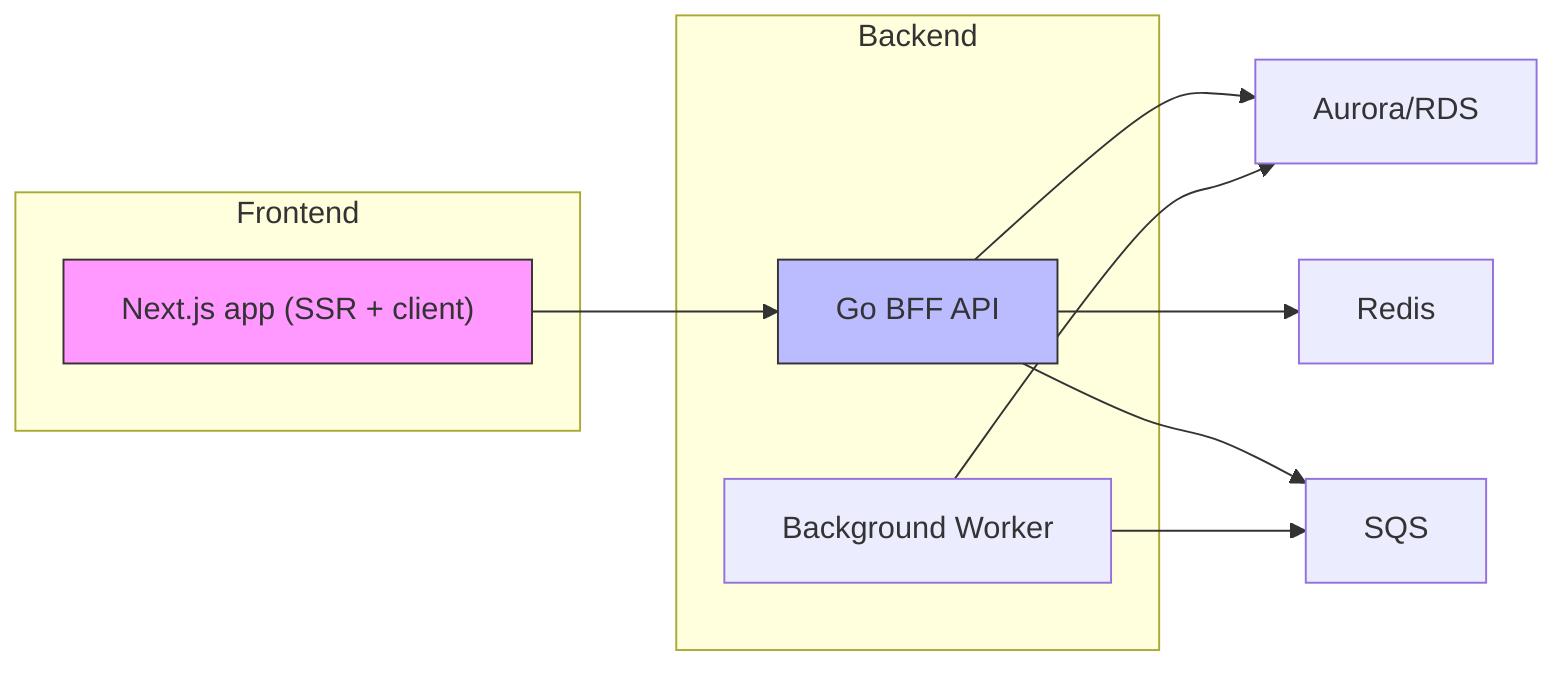
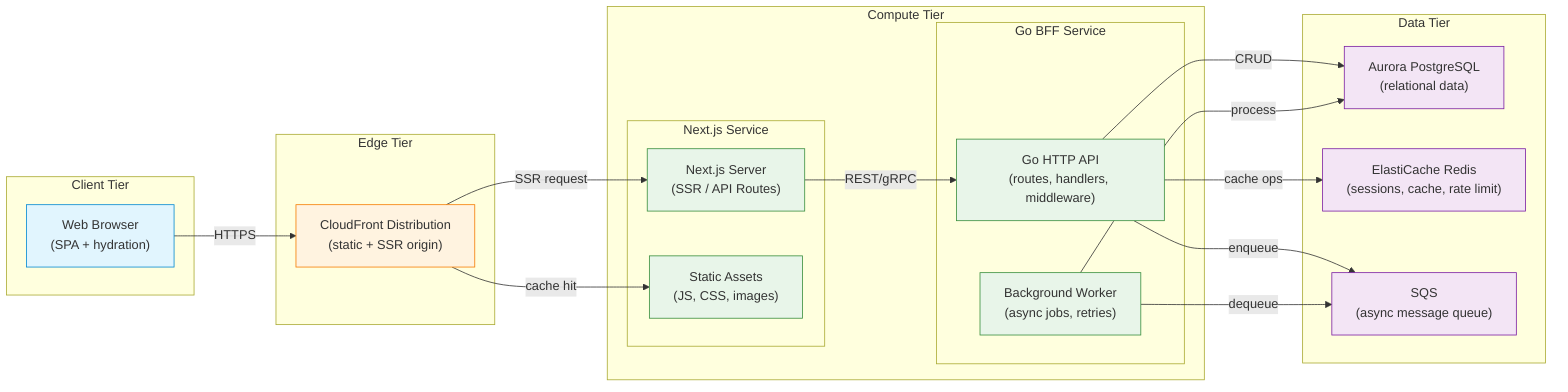
- %% Container Diagram
+ %% Container Diagram — BFF Next.js + Go
+ %% Shows the major containers (deployable units) and their interactions.

flowchart LR
-   subgraph Frontend
-     NextApp["Next.js app (SSR + client)"]
+   subgraph "Client Tier"
+     Browser["Web Browser\n(SPA + hydration)"]
  end
-   subgraph Backend
-     GoBFF["Go BFF API"]
-     Worker["Background Worker"]
+ 
+   subgraph "Edge Tier"
+     CF["CloudFront Distribution\n(static + SSR origin)"]
  end
-   DB["Aurora/RDS"]
-   Cache["Redis"]
-   Queue["SQS"]

-   NextApp --> GoBFF
-   GoBFF --> DB
-   GoBFF --> Cache
-   GoBFF --> Queue
-   Worker --> Queue
-   Worker --> DB
+   subgraph "Compute Tier"
+     subgraph "Next.js Service"
+       NextSSR["Next.js Server\n(SSR / API Routes)"]
+       NextStatic["Static Assets\n(JS, CSS, images)"]
+     end
+     subgraph "Go BFF Service"
+       BFFAPI["Go HTTP API\n(routes, handlers, middleware)"]
+       BFFWorker["Background Worker\n(async jobs, retries)"]
+     end
+   end

-   style NextApp fill:#f9f,stroke:#333,stroke-width:1px
-   style GoBFF fill:#bbf,stroke:#333,stroke-width:1px
+   subgraph "Data Tier"
+     DB["Aurora PostgreSQL\n(relational data)"]
+     Cache["ElastiCache Redis\n(sessions, cache, rate limit)"]
+     Queue["SQS\n(async message queue)"]
+   end
+ 
+   Browser -->|HTTPS| CF
+   CF -->|cache hit| NextStatic
+   CF -->|SSR request| NextSSR
+   NextSSR -->|REST/gRPC| BFFAPI
+   BFFAPI -->|CRUD| DB
+   BFFAPI -->|cache ops| Cache
+   BFFAPI -->|enqueue| Queue
+   BFFWorker -->|dequeue| Queue
+   BFFWorker -->|process| DB
+ 
+   classDef client fill:#e1f5fe,stroke:#0288d1
+   classDef edge fill:#fff3e0,stroke:#f57c00
+   classDef compute fill:#e8f5e9,stroke:#388e3c
+   classDef data fill:#f3e5f5,stroke:#7b1fa2
+   class Browser client
+   class CF edge
+   class NextSSR,NextStatic,BFFAPI,BFFWorker compute
+   class DB,Cache,Queue data
